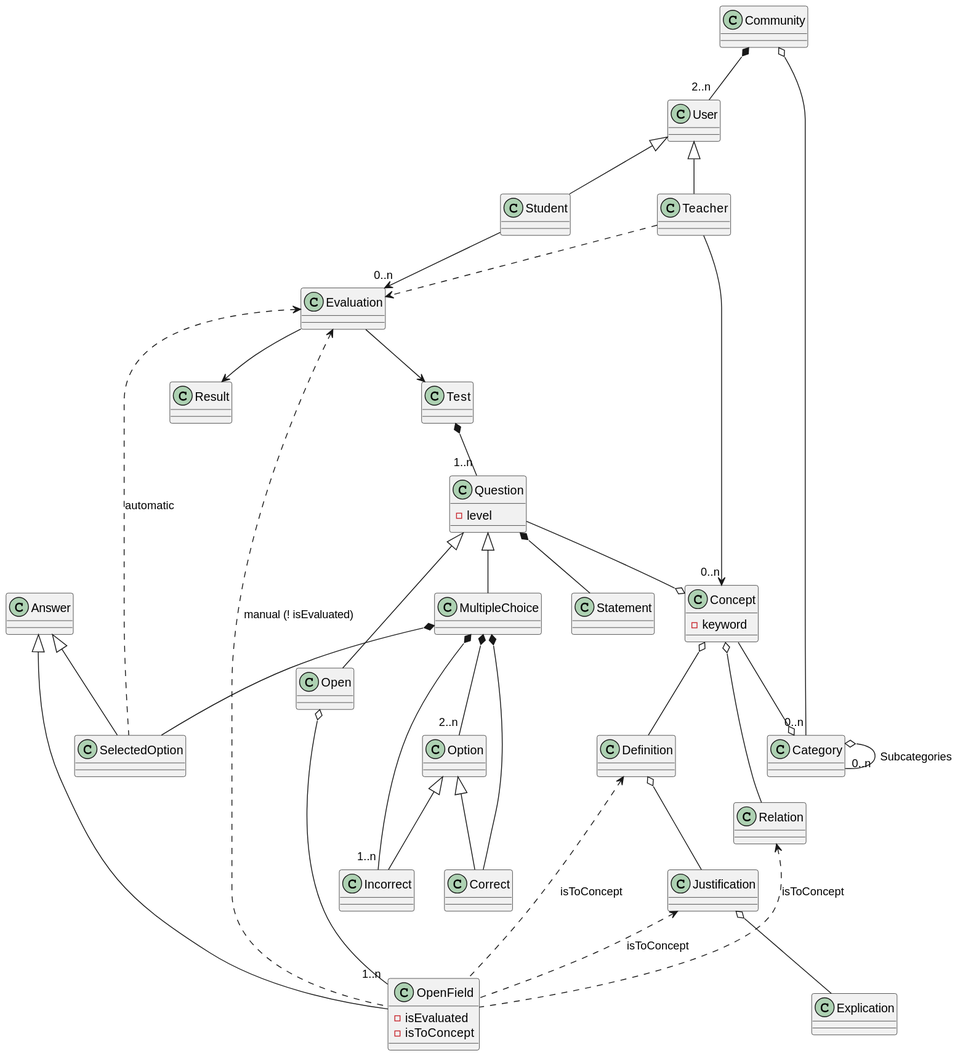
Before: out/doc/dominio_clases/OpoTestDomain.svg, a diagram exported from PlantUML (Joselon/ProyectoOpoTest).
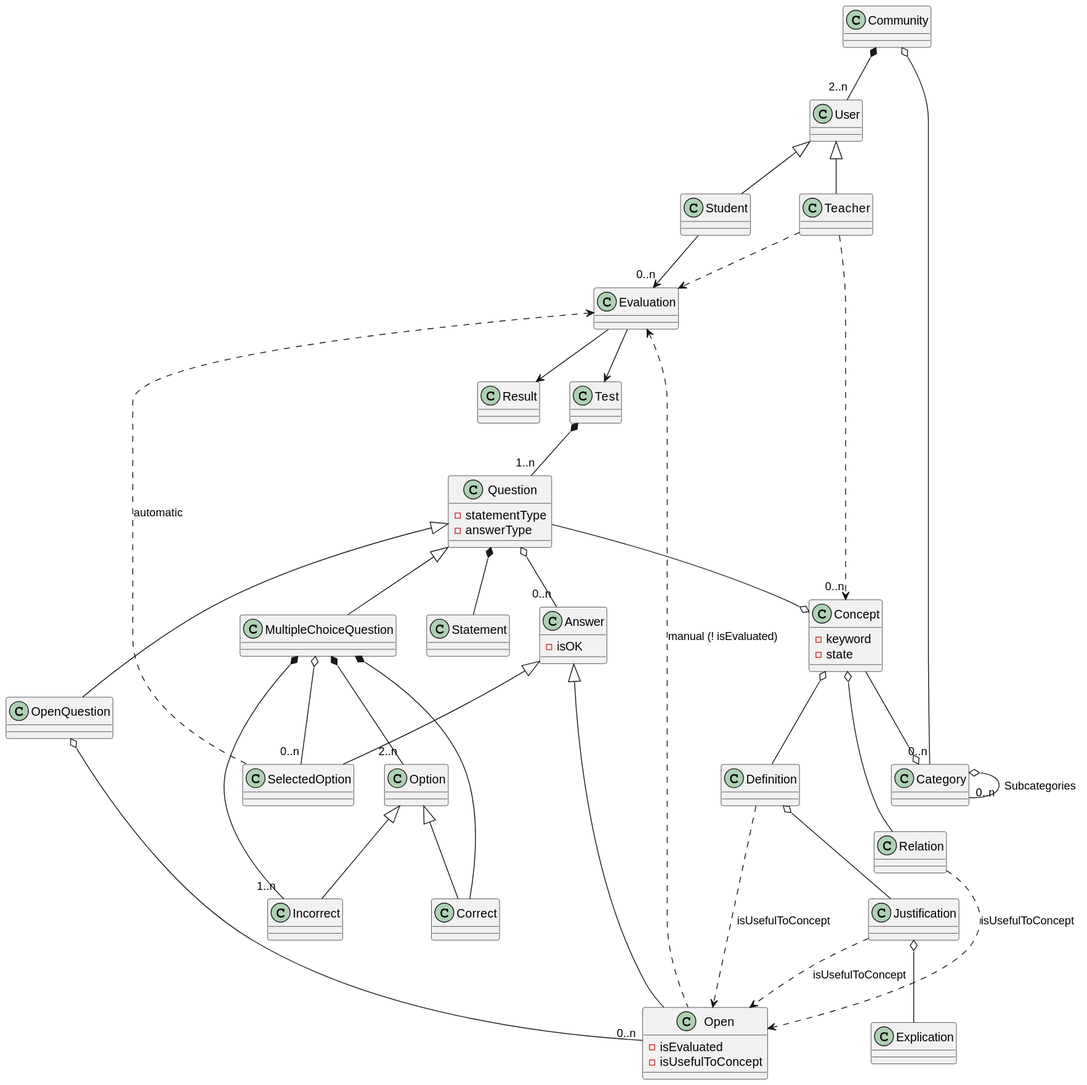
The same diagram one commit later.

The edit, as a diff of the source:
```diff
@@ -18,19 +18,23 @@
 
 class Concept {
     - keyword
+    - state
 }
 
 class Question {
-    - level
+    - statementType
+    - answerType
 }
 
 class Statement
 
-class Answer
+class Answer {
+    - isOK
+}
 
-class Open
+class MultipleChoiceQuestion
 
-class MultipleChoice
+class OpenQuestion
 
 class Option
 
@@ -38,9 +42,9 @@
 
 Class Incorrect
 
-class OpenField {
+class Open {
     - isEvaluated
-    - isToConcept
+    - isUsefulToConcept
 }
 
 Class SelectedOption
@@ -54,7 +58,7 @@
 User <|-- Teacher
 User <|-- Student
 
-Teacher -->"0..n" Concept
+Teacher ..>"0..n" Concept
 Concept --o Category
 Question --o Concept
 Concept o-- Definition
@@ -67,25 +71,26 @@
 Evaluation --> Result
 
 Teacher ..> Evaluation
-Definition <.. OpenField :isToConcept
-Justification <.. OpenField :isToConcept
-Relation <.. OpenField :isToConcept
+Definition ..> Open :isUsefulToConcept
+Justification ..> Open :isUsefulToConcept
+Relation ..> Open :isUsefulToConcept
 
-Evaluation <.. OpenField : manual (! isEvaluated)
+Evaluation <.. Open : manual (! isEvaluated)
 Evaluation <.. SelectedOption : automatic
 
 Test *--"1..n" Question
-Question <|-- MultipleChoice
-Question <|-- Open
+Question <|-- MultipleChoiceQuestion
+Question <|-- OpenQuestion
 Question *--   Statement
-MultipleChoice *--"2..n" Option
+MultipleChoiceQuestion *--"2..n" Option
 Option <|-- Incorrect
 Option <|-- Correct
-MultipleChoice *-- Correct
-MultipleChoice *--"1..n" Incorrect
-MultipleChoice *-- SelectedOption
-Open o--"1..n" OpenField
-Answer <|-- OpenField
+MultipleChoiceQuestion *-- Correct
+MultipleChoiceQuestion *--"1..n" Incorrect
+MultipleChoiceQuestion o--"0..n" SelectedOption
+OpenQuestion o--"0..n" Open
+Question o--"0..n" Answer
+Answer <|-- Open
 Answer <|-- SelectedOption
 
 
```
